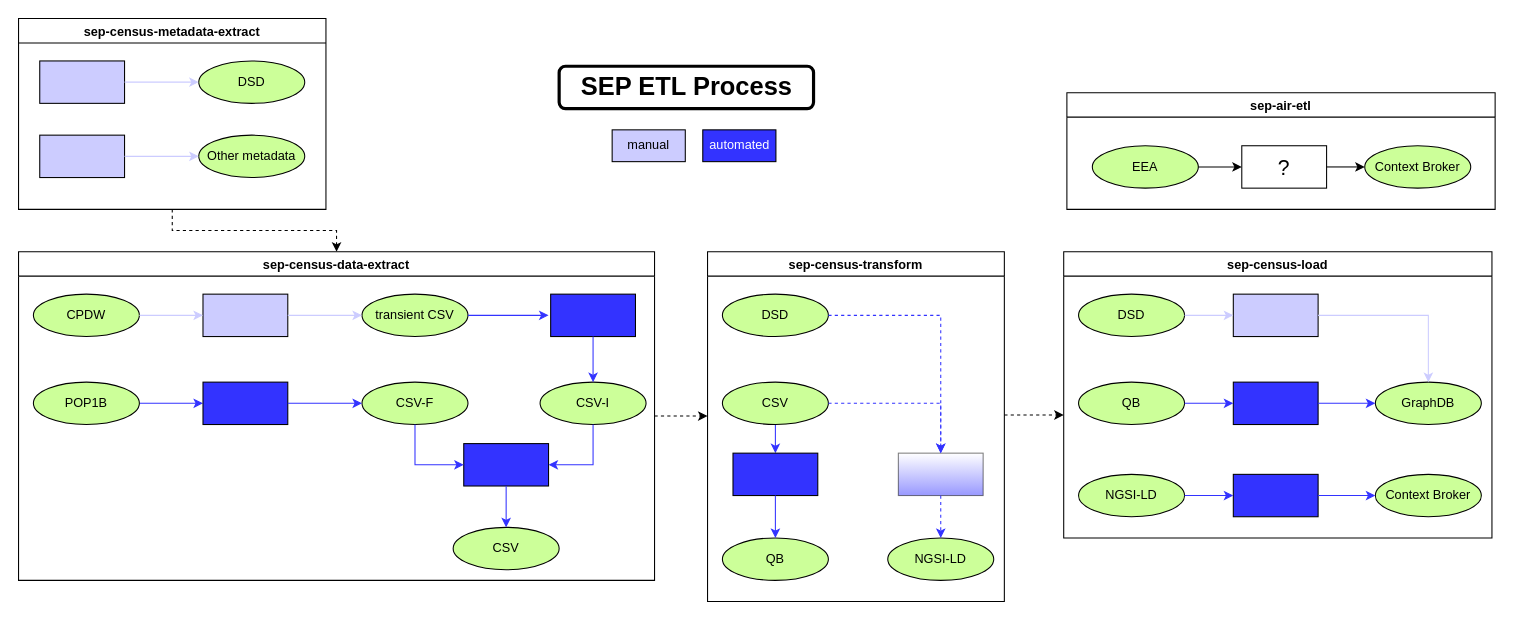
Earlier version of the draw.io diagram img/sep-flow.drawio (INTERSTAT/Statistics-Contextualized). Source tidied: cells renumbered, new cells numbered last; positions are measured from the earlier drawing's top-left corner, leaving out a move shared by most shapes. Both pictures are drawn from the tidied source at 106%, with x=0, y=0 at pixel (18, 18).
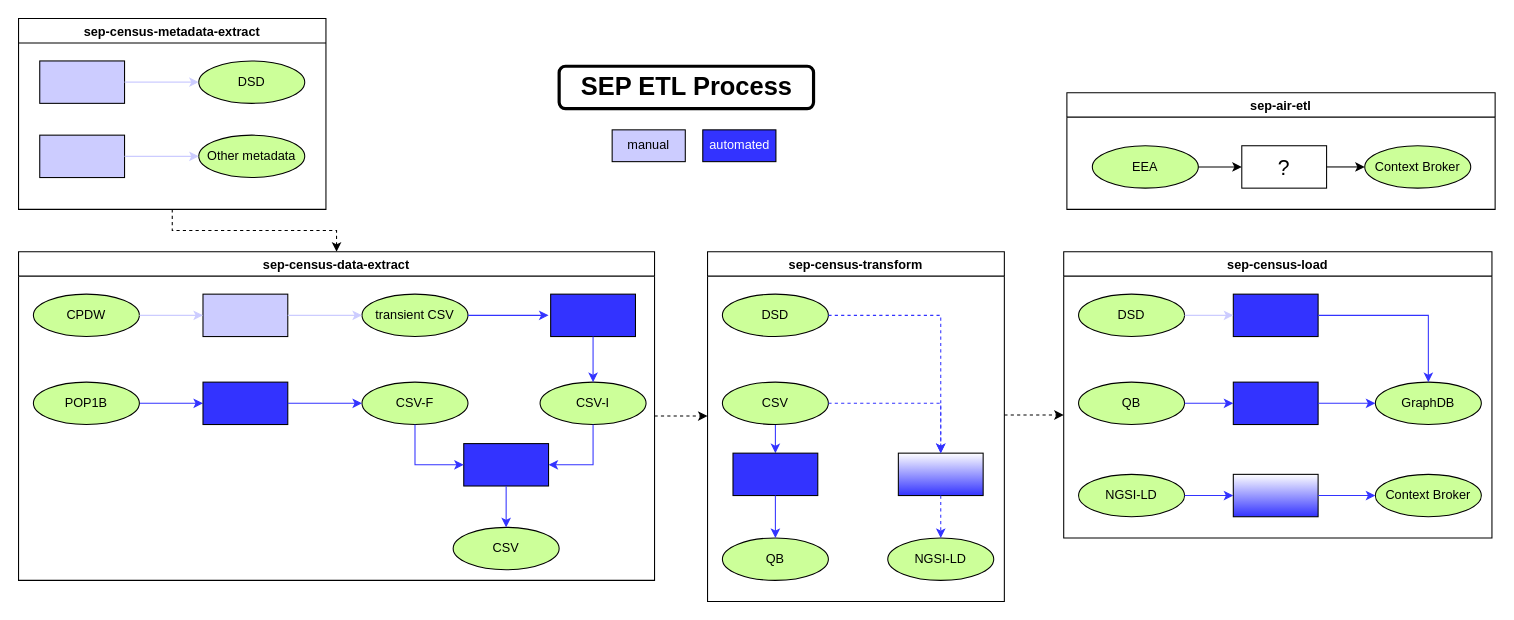
The same diagram, later.

Commit message:
Update of SEP flow with DSD loading

Unchanged cells that the change refers to:
```xml
<mxCell id="32" value="sep-census-transform" style="swimlane;" parent="1" vertex="1">
  <mxGeometry x="650" y="220" width="280" height="330" as="geometry" />
</mxCell>
<mxCell id="44" value="sep-census-load" style="swimlane;" parent="1" vertex="1">
  <mxGeometry x="986" y="220" width="404" height="270" as="geometry" />
</mxCell>
<mxCell id="50" value="GraphDB" style="ellipse;whiteSpace=wrap;html=1;fillColor=#CCFF99;" parent="44" vertex="1">
  <mxGeometry x="294" y="123" width="100" height="40" as="geometry" />
</mxCell>
```

What changed in the source:
```diff
@@
-    <mxCell id="39" style="rounded=0;whiteSpace=wrap;html=1;fillColor=#3333FF;gradientColor=#ffffff;gradientDirection=north;opacity=50;" parent="32" vertex="1">
+    <mxCell id="39" style="rounded=0;whiteSpace=wrap;html=1;fillColor=#3333FF;gradientColor=#ffffff;gradientDirection=north;" parent="32" vertex="1">
       <mxGeometry x="180" y="190" width="80" height="40" as="geometry" />
     </mxCell>
@@
-    <mxCell id="51" style="rounded=0;whiteSpace=wrap;html=1;fillColor=#CCCCFF;" parent="44" vertex="1">
+    <mxCell id="51" style="rounded=0;whiteSpace=wrap;html=1;fillColor=#3333FF;" parent="44" vertex="1">
       <mxGeometry x="160" y="40" width="80" height="40" as="geometry" />
     </mxCell>
@@
-    <mxCell id="53" style="endArrow=classic;html=1;rounded=0;exitX=1;exitY=0.5;exitDx=0;exitDy=0;strokeColor=#CCCCFF;edgeStyle=orthogonalEdgeStyle;entryX=0.5;entryY=0;entryDx=0;entryDy=0;" parent="44" edge="1" source="51" target="50">
+    <mxCell id="53" style="endArrow=classic;html=1;rounded=0;exitX=1;exitY=0.5;exitDx=0;exitDy=0;strokeColor=#3333FF;edgeStyle=orthogonalEdgeStyle;entryX=0.5;entryY=0;entryDx=0;entryDy=0;" parent="44" edge="1" source="51" target="50">
       <mxGeometry relative="1" as="geometry" />
     </mxCell>
@@
-    <mxCell id="56" style="rounded=0;whiteSpace=wrap;html=1;fillColor=#3333FF;" parent="44" vertex="1">
+    <mxCell id="56" style="rounded=0;whiteSpace=wrap;html=1;fillColor=#3333FF;gradientColor=#ffffff;gradientDirection=north;" parent="44" vertex="1">
       <mxGeometry x="160" y="210" width="80" height="40" as="geometry" />
     </mxCell>
```
